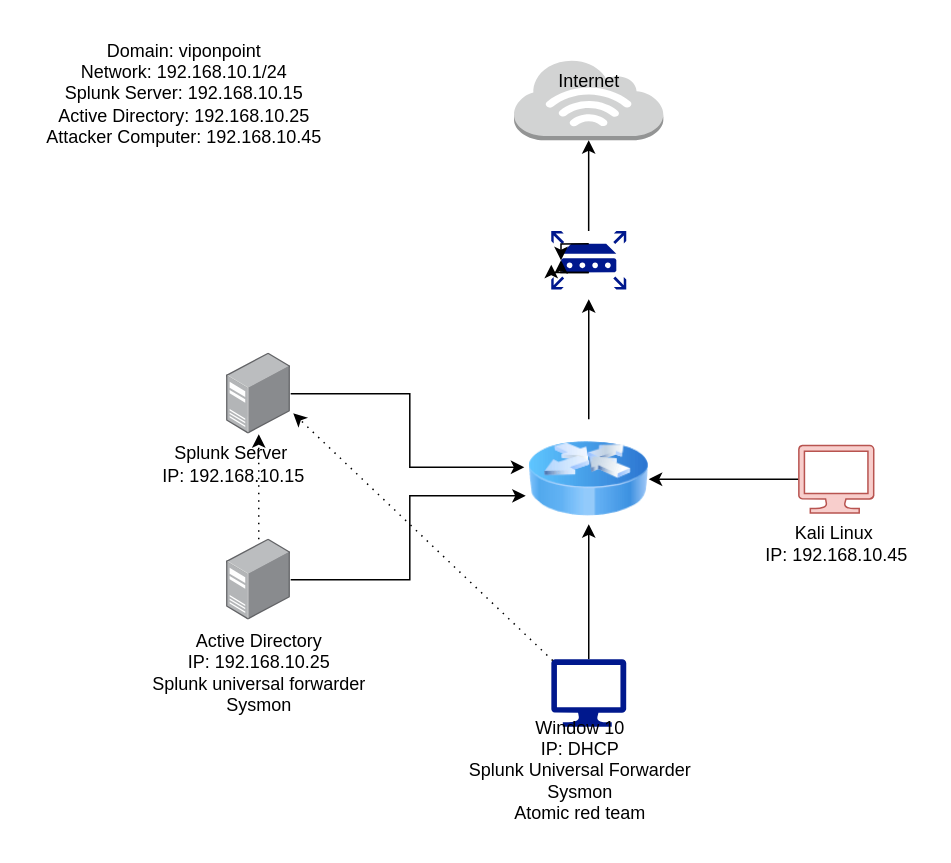
Earlier version of the draw.io diagram ActiveDirectory.drawio (viponpoint/vlc). Source tidied: cells renumbered, new cells numbered last; positions are measured from the earlier drawing's top-left corner, leaving out a move shared by most shapes. Both pictures are drawn from the tidied source at 150%, with x=0, y=0 at pixel (26, 26).
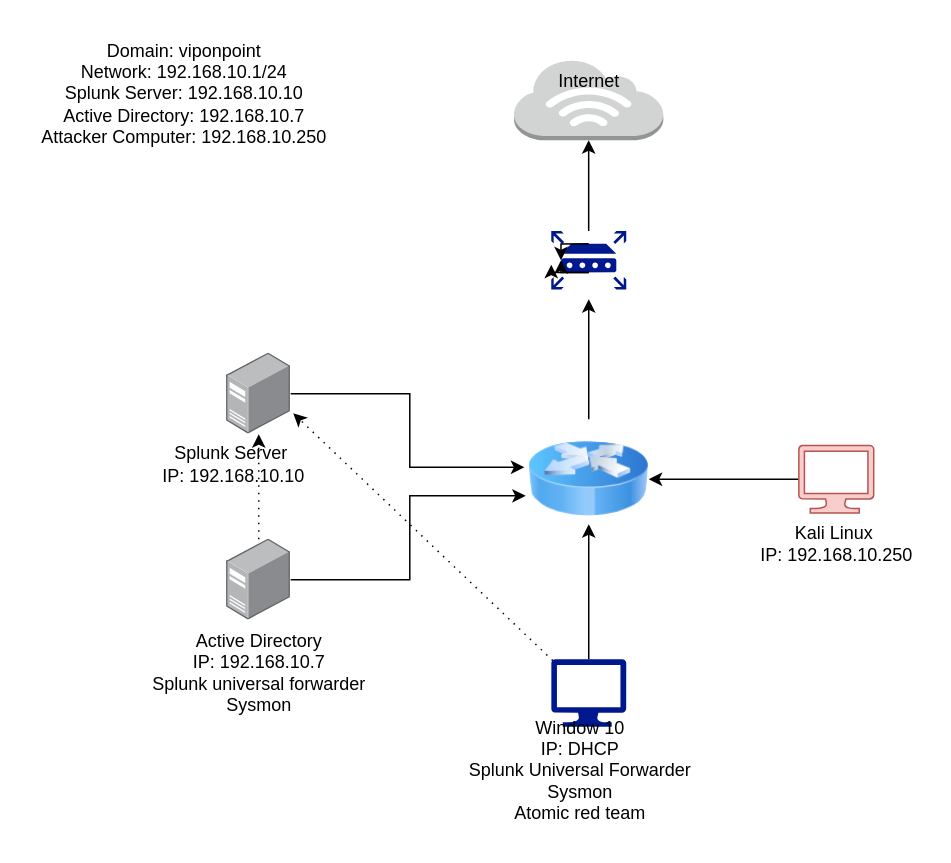
Above is the later version.

Change to the diagram source:
```diff
@@
-    <mxCell id="19" value="Domain: viponpoint&lt;div&gt;Network: 192.168.10.1/24&lt;/div&gt;&lt;div&gt;Splunk Server: 192.168.10.15&lt;/div&gt;&lt;div&gt;Active Directory: 192.168.10.25&lt;/div&gt;&lt;div&gt;Attacker Computer: 192.168.10.45&lt;/div&gt;" style="text;html=1;align=center;verticalAlign=middle;strokeColor=none;fillColor=none;" parent="1" vertex="1">
+    <mxCell id="19" value="Domain: viponpoint&lt;div&gt;Network: 192.168.10.1/24&lt;/div&gt;&lt;div&gt;Splunk Server: 192.168.10.10&lt;/div&gt;&lt;div&gt;Active Directory: 192.168.10.7&lt;/div&gt;&lt;div&gt;&lt;span style=&quot;background-color: initial;&quot;&gt;Attacker Computer: 192.168.10.250&lt;/span&gt;&lt;/div&gt;" style="text;html=1;align=center;verticalAlign=middle;strokeColor=none;fillColor=none;" parent="1" vertex="1">
       <mxGeometry width="210" height="90" as="geometry" />
     </mxCell>
-    <mxCell id="20" value="Splunk Server&amp;nbsp;&lt;div&gt;IP: 192.168.10.15&lt;/div&gt;" style="text;html=1;align=center;verticalAlign=middle;strokeColor=none;fillColor=none;" parent="1" vertex="1">
+    <mxCell id="20" value="Splunk Server&amp;nbsp;&lt;div&gt;IP: 192.168.10.10&lt;/div&gt;" style="text;html=1;align=center;verticalAlign=middle;strokeColor=none;fillColor=none;" parent="1" vertex="1">
       <mxGeometry x="77.6" y="272" width="120" height="40" as="geometry" />
     </mxCell>
-    <mxCell id="21" value="Active Directory&lt;div&gt;IP: 192.168.10.25&lt;/div&gt;&lt;div&gt;Splunk universal forwarder&lt;/div&gt;&lt;div&gt;Sysmon&lt;/div&gt;" style="text;html=1;align=center;verticalAlign=middle;strokeColor=none;fillColor=none;" parent="1" vertex="1">
+    <mxCell id="21" value="Active Directory&lt;div&gt;IP: 192.168.10.7&lt;/div&gt;&lt;div&gt;Splunk universal forwarder&lt;/div&gt;&lt;div&gt;Sysmon&lt;/div&gt;" style="text;html=1;align=center;verticalAlign=middle;strokeColor=none;fillColor=none;" parent="1" vertex="1">
       <mxGeometry x="70" y="396" width="170" height="70" as="geometry" />
     </mxCell>
@@
-    <mxCell id="23" value="Kali Linux&amp;nbsp;&lt;div&gt;IP: 192.168.10.45&lt;/div&gt;" style="text;html=1;align=center;verticalAlign=middle;strokeColor=none;fillColor=none;" parent="1" vertex="1">
+    <mxCell id="23" value="Kali Linux&amp;nbsp;&lt;div&gt;IP: 192.168.10.250&lt;/div&gt;" style="text;html=1;align=center;verticalAlign=middle;strokeColor=none;fillColor=none;" parent="1" vertex="1">
       <mxGeometry x="480" y="324.5" width="120" height="40" as="geometry" />
     </mxCell>
```
